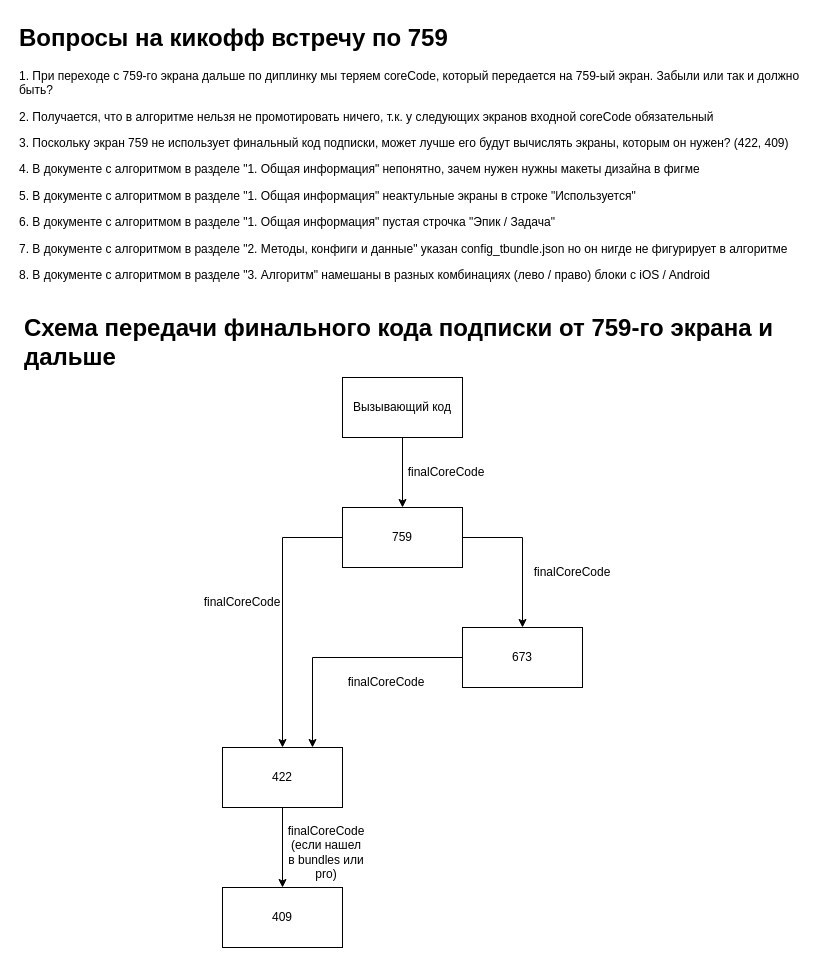
This is Диаграмма без названия.drawio from apptrash/draw.io.storage, a draw.io file, before an edit. Source tidied: cells renumbered, new cells numbered last; positions are measured from the earlier drawing's top-left corner, leaving out a move shared by most shapes. Both pictures are drawn from the tidied source at 100%, with x=0, y=0 at pixel (17, 17).
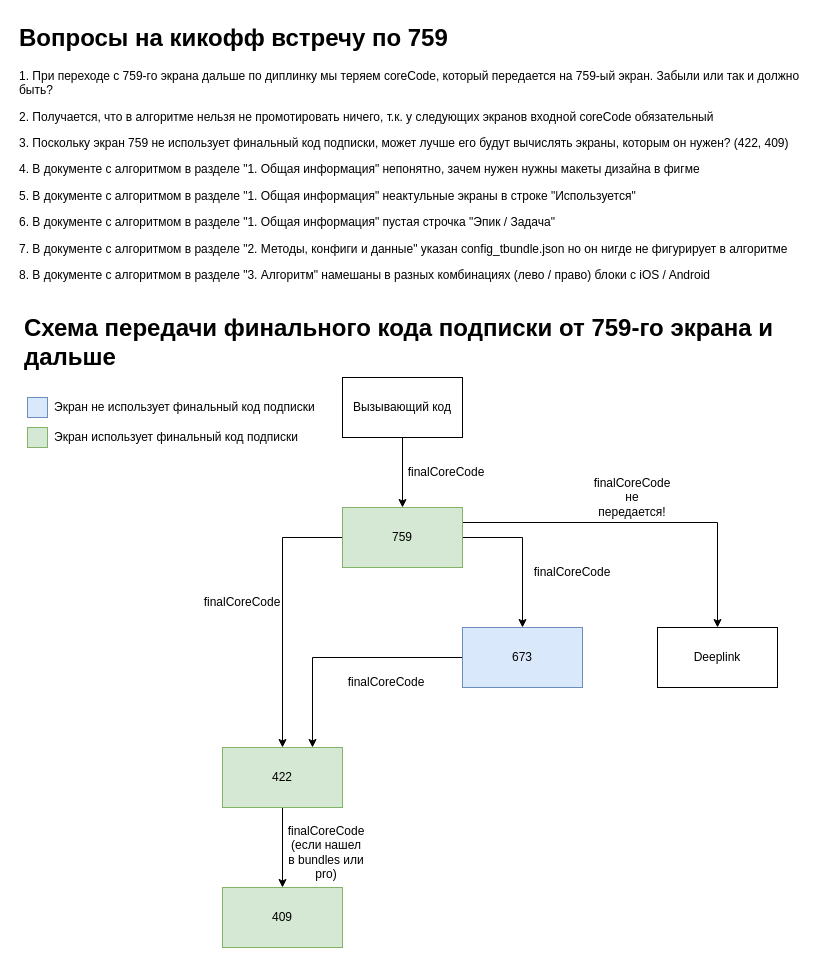
The same diagram, later.

What changed in the source:
```diff
@@
+    <mxCell id="19" style="edgeStyle=orthogonalEdgeStyle;rounded=0;jettySize=auto;html=1;exitX=1;exitY=0.25;exitDx=0;exitDy=0;" parent="1" edge="1" source="5" target="24">
+      <mxGeometry relative="1" as="geometry" />
+    </mxCell>
-    <mxCell id="5" value="759" style="rounded=0;whiteSpace=wrap;html=1;" parent="1" vertex="1">
+    <mxCell id="5" value="759" style="rounded=0;whiteSpace=wrap;html=1;labelBackgroundColor=none;fillColor=#d5e8d4;strokeColor=#82b366;" parent="1" vertex="1">
       <mxGeometry x="325" y="490" width="120" height="60" as="geometry" />
     </mxCell>
@@
-    <mxCell id="7" value="422" style="rounded=0;whiteSpace=wrap;html=1;" parent="1" vertex="1">
+    <mxCell id="7" value="422" style="rounded=0;whiteSpace=wrap;html=1;fillColor=#d5e8d4;strokeColor=#82b366;" parent="1" vertex="1">
       <mxGeometry x="205" y="730" width="120" height="60" as="geometry" />
     </mxCell>
@@
-    <mxCell id="9" value="673" style="rounded=0;whiteSpace=wrap;html=1;" parent="1" vertex="1">
+    <mxCell id="9" value="673" style="rounded=0;whiteSpace=wrap;html=1;fillColor=#dae8fc;strokeColor=#6c8ebf;" parent="1" vertex="1">
       <mxGeometry x="445" y="610" width="120" height="60" as="geometry" />
     </mxCell>
@@
-    <mxCell id="16" value="409" style="rounded=0;whiteSpace=wrap;html=1;" parent="1" vertex="1">
+    <mxCell id="16" value="409" style="rounded=0;whiteSpace=wrap;html=1;fillColor=#d5e8d4;strokeColor=#82b366;" parent="1" vertex="1">
       <mxGeometry x="205" y="870" width="120" height="60" as="geometry" />
     </mxCell>
@@
+    <mxCell id="20" style="rounded=0;whiteSpace=wrap;html=1;fillColor=#dae8fc;strokeColor=#6c8ebf;" parent="1" vertex="1">
+      <mxGeometry x="10" y="380" width="20" height="20" as="geometry" />
+    </mxCell>
+    <mxCell id="21" style="rounded=0;whiteSpace=wrap;html=1;fillColor=#d5e8d4;strokeColor=#82b366;" parent="1" vertex="1">
+      <mxGeometry x="10" y="410" width="20" height="20" as="geometry" />
+    </mxCell>
+    <mxCell id="22" value="Экран не использует финальный код подписки" style="text;html=1;align=left;verticalAlign=middle;whiteSpace=wrap;rounded=0;" parent="1" vertex="1">
+      <mxGeometry x="35" y="375" width="290" height="30" as="geometry" />
+    </mxCell>
+    <mxCell id="23" value="Экран использует финальный код подписки" style="text;html=1;align=left;verticalAlign=middle;whiteSpace=wrap;rounded=0;" parent="1" vertex="1">
+      <mxGeometry x="35" y="405" width="290" height="30" as="geometry" />
+    </mxCell>
+    <mxCell id="24" value="Deeplink" style="rounded=0;whiteSpace=wrap;html=1;" parent="1" vertex="1">
+      <mxGeometry x="640" y="610" width="120" height="60" as="geometry" />
+    </mxCell>
+    <mxCell id="25" value="finalCoreCode не передается!" style="text;html=1;align=center;verticalAlign=middle;whiteSpace=wrap;rounded=0;" parent="1" vertex="1">
+      <mxGeometry x="585" y="460" width="60" height="40" as="geometry" />
+    </mxCell>
```
